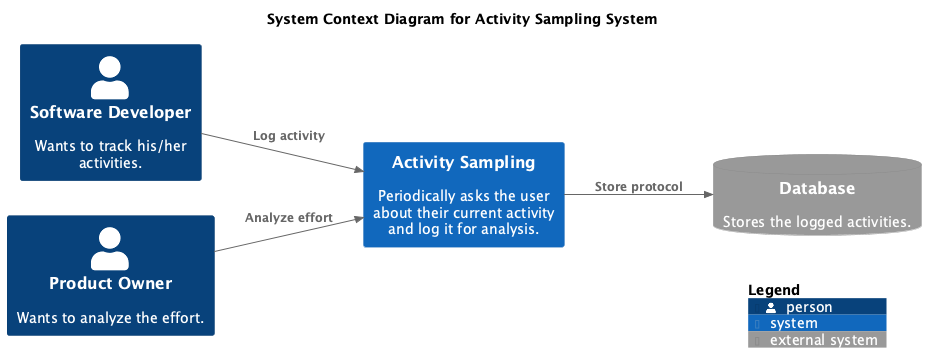
The PlantUML diagram doc/business-context.png in falkoschumann/activity-sampling, before a commit. The source it was exported from:
```plantuml
@startuml
!include https://raw.githubusercontent.com/plantuml-stdlib/C4-PlantUML/master/C4_Context.puml

LAYOUT_LEFT_RIGHT()

title "System Context Diagram for Activity Sampling System"

Person(softwareDeveloper, "Software Developer", "Wants to track his/her activities.")
Person(productOwner, "Product Owner", "Wants to analyze the effort.")

System(activitySampling, "Activity Sampling", "Periodically asks the user about their current activity and log it for analysis.")

SystemDb_Ext(database, "Database", "Stores the logged activities.")

Rel(softwareDeveloper, activitySampling, "Log activity")
Rel(productOwner, activitySampling, "Analyze effort")
Rel(activitySampling, database, "Store protocol")

SHOW_FLOATING_LEGEND()
Lay_Left(LEGEND(), database)
@enduml
```
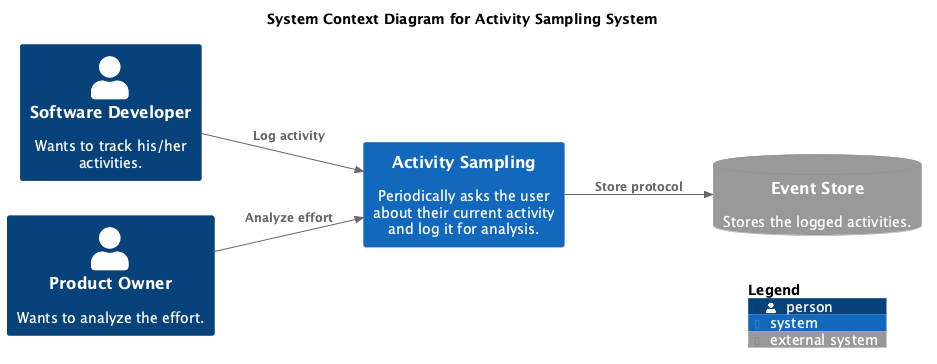
The same file after the commit.

Diff of the diagram source:
```diff
@@ -10,12 +10,12 @@
 
 System(activitySampling, "Activity Sampling", "Periodically asks the user about their current activity and log it for analysis.")
 
-SystemDb_Ext(database, "Database", "Stores the logged activities.")
+SystemDb_Ext(eventStore, "Event Store", "Stores the logged activities.")
 
 Rel(softwareDeveloper, activitySampling, "Log activity")
 Rel(productOwner, activitySampling, "Analyze effort")
-Rel(activitySampling, database, "Store protocol")
+Rel(activitySampling, eventStore, "Store protocol")
 
 SHOW_FLOATING_LEGEND()
-Lay_Left(LEGEND(), database)
+Lay_Left(LEGEND(), eventStore)
 @enduml
```
